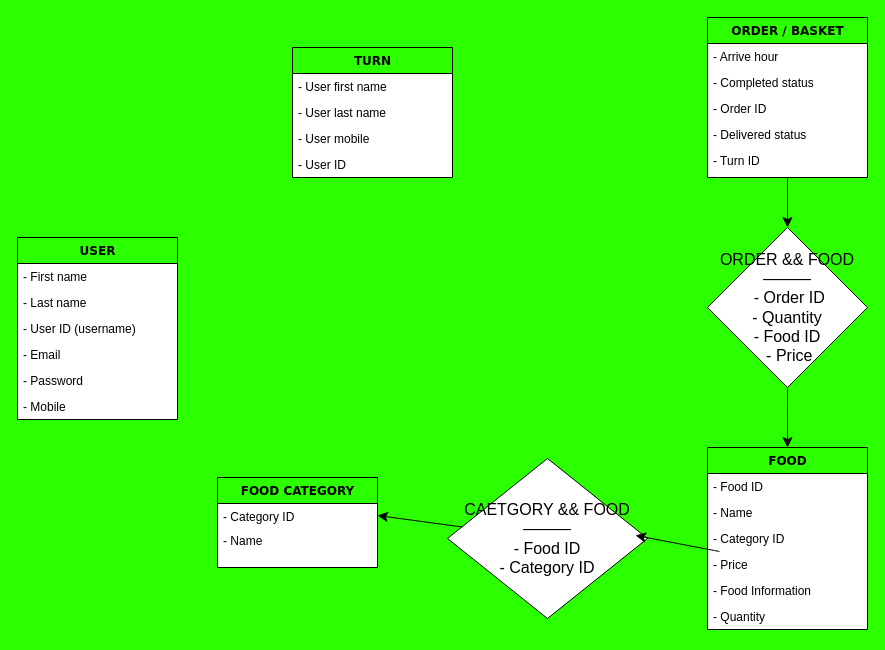
VictorJ-Ch/Cafeteria-Menu keeps this draw.io diagram as 名称未設定ファイル.drawio. Above is the earlier version. Source tidied: cells renumbered, new cells numbered last; positions are measured from the earlier drawing's top-left corner, leaving out a move shared by most shapes. Both pictures are drawn from the tidied source at 100%, with x=0, y=0 at pixel (17, 17).
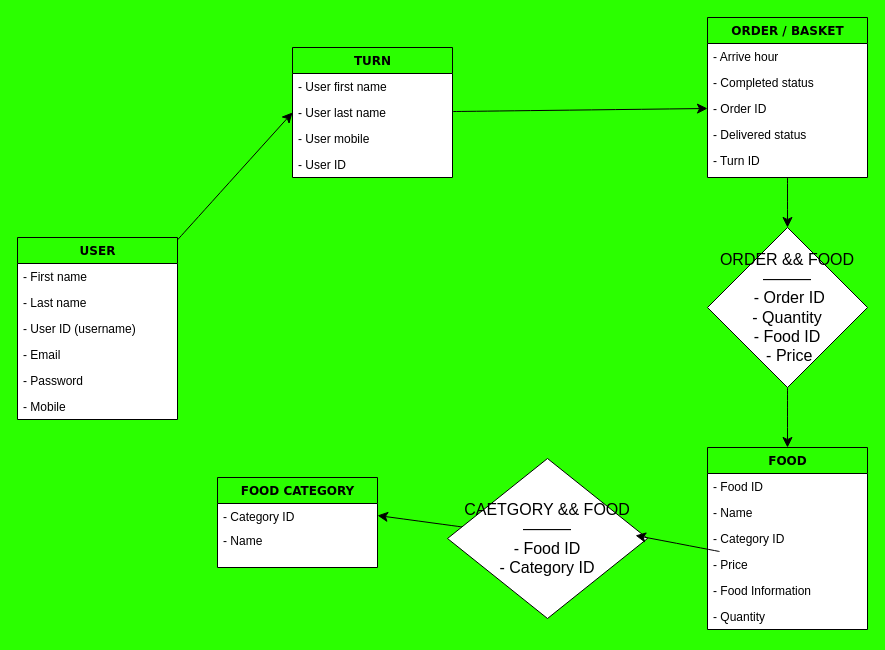
After the change.

Unchanged cells that the change refers to:
```xml
<mxCell id="13" value="- Order ID" style="text;html=1;strokeColor=none;fillColor=none;align=left;verticalAlign=top;spacingLeft=4;spacingRight=4;whiteSpace=wrap;overflow=hidden;points=[[0,0.5],[1,0.5]];portConstraint=eastwest;" parent="10" vertex="1">
  <mxGeometry y="78" width="160" height="26" as="geometry" />
</mxCell>
<mxCell id="16" value="USER" style="swimlane;html=1;fontStyle=1;align=center;verticalAlign=top;horizontal=1;startSize=26;swimlaneFillColor=#ffffff;rounded=0;shadow=0;comic=0;labelBackgroundColor=none;strokeWidth=1;fillColor=none;fontFamily=Verdana;fontSize=12;" parent="1" vertex="1">
  <mxGeometry y="220" width="160" height="182" as="geometry" />
</mxCell>
<mxCell id="23" value="TURN" style="swimlane;html=1;fontStyle=1;align=center;verticalAlign=top;horizontal=1;startSize=26;swimlaneFillColor=#ffffff;rounded=0;shadow=0;comic=0;labelBackgroundColor=none;strokeWidth=1;fillColor=none;fontFamily=Verdana;fontSize=12;" parent="1" vertex="1">
  <mxGeometry x="275" y="30" width="160" height="130" as="geometry" />
</mxCell>
<mxCell id="25" value="- User last name" style="text;html=1;strokeColor=none;fillColor=none;align=left;verticalAlign=top;spacingLeft=4;spacingRight=4;whiteSpace=wrap;overflow=hidden;points=[[0,0.5],[1,0.5]];portConstraint=eastwest;" parent="23" vertex="1">
  <mxGeometry y="52" width="160" height="26" as="geometry" />
</mxCell>
```

Diff of the diagram source:
```diff
@@
+    <mxCell id="36" style="edgeStyle=none;curved=1;rounded=0;jettySize=auto;html=1;entryX=0;entryY=0.5;entryDx=0;entryDy=0;fontSize=12;startSize=8;endSize=8;" parent="1" edge="1" source="16" target="25">
+      <mxGeometry relative="1" as="geometry" />
+    </mxCell>
@@
+    <mxCell id="37" style="edgeStyle=none;curved=1;rounded=0;jettySize=auto;html=1;entryX=0;entryY=0.5;entryDx=0;entryDy=0;fontSize=12;startSize=8;endSize=8;" parent="1" edge="1" source="23" target="13">
+      <mxGeometry relative="1" as="geometry" />
+    </mxCell>
```
